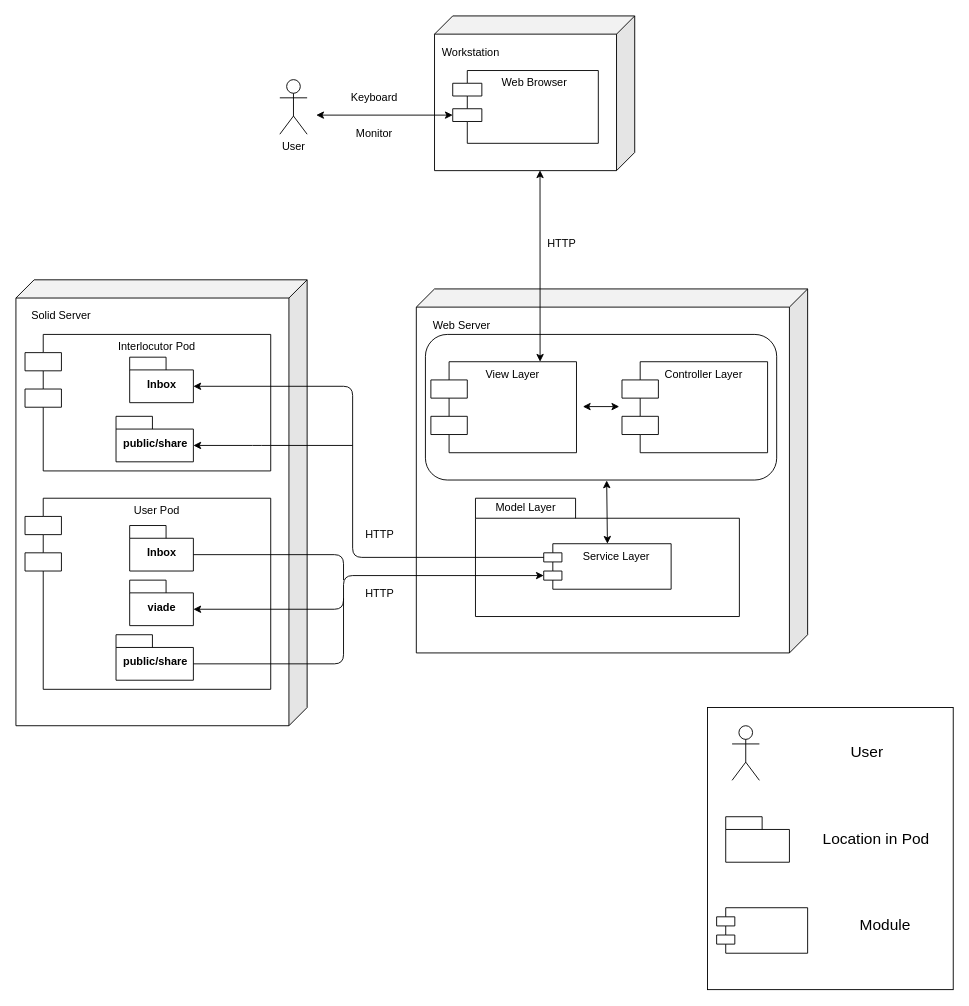
The draw.io diagram src/docs/resources/doc07_deployView_08-04.drawio in Arquisoft/viade_es1c, before the edit. Source tidied: cells renumbered, new cells numbered last; positions are measured from the earlier drawing's top-left corner, leaving out a move shared by most shapes. Both pictures are drawn from the tidied source at 91%, with x=0, y=0 at pixel (15, 15).
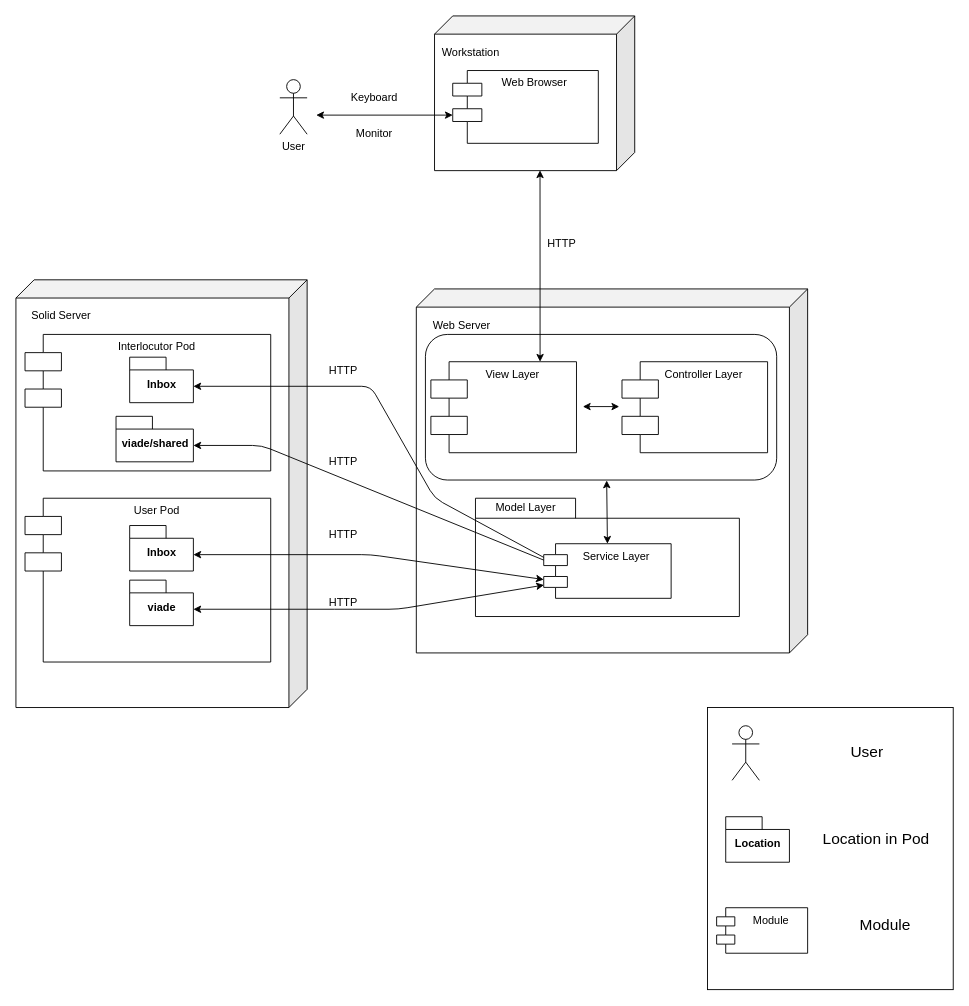
The same page after the edit.

Commit message (it also covers changes not shown here):
Updating deploy view

The change refers to these unchanged cells:
```xml
<mxCell id="5" value="Inbox" style="shape=folder;fontStyle=1;spacingTop=10;tabWidth=40;tabHeight=14;tabPosition=left;html=1;" parent="1" vertex="1">
  <mxGeometry x="125" y="375" width="70" height="50" as="geometry" />
</mxCell>
<mxCell id="7" value="Inbox" style="shape=folder;fontStyle=1;spacingTop=10;tabWidth=40;tabHeight=14;tabPosition=left;html=1;" parent="1" vertex="1">
  <mxGeometry x="125" y="560" width="70" height="50" as="geometry" />
</mxCell>
<mxCell id="8" value="viade" style="shape=folder;fontStyle=1;spacingTop=10;tabWidth=40;tabHeight=14;tabPosition=left;html=1;" parent="1" vertex="1">
  <mxGeometry x="125" y="620" width="70" height="50" as="geometry" />
</mxCell>
```

Change to the diagram source:
```diff
@@
     <mxCell id="2" style="shape=cube;whiteSpace=wrap;html=1;boundedLbl=1;backgroundOutline=1;darkOpacity=0.05;darkOpacity2=0.1;flipV=0;flipH=1;" parent="1" vertex="1">
-      <mxGeometry y="290" width="320" height="490" as="geometry" />
+      <mxGeometry y="290" width="320" height="470" as="geometry" />
     </mxCell>
@@
     <mxCell id="6" value="User Pod" style="shape=module;align=left;spacingLeft=20;align=center;verticalAlign=top;jettyWidth=40;jettyHeight=20;" parent="1" vertex="1">
-      <mxGeometry x="10" y="530" width="270" height="210" as="geometry" />
+      <mxGeometry x="10" y="530" width="270" height="180" as="geometry" />
     </mxCell>
@@
-    <mxCell id="13" value="Service Layer" style="shape=module;align=left;spacingLeft=20;align=center;verticalAlign=top;" parent="1" vertex="1">
-      <mxGeometry x="580" y="580" width="140" height="50" as="geometry" />
+    <mxCell id="13" value="Service Layer" style="shape=module;align=left;spacingLeft=20;align=center;verticalAlign=top;jettyWidth=26;jettyHeight=12;" parent="1" vertex="1">
+      <mxGeometry x="580" y="580" width="140" height="60" as="geometry" />
     </mxCell>
     <mxCell id="14" style="endArrow=classic;html=1;exitX=0;exitY=0;exitDx=0;exitDy=15;exitPerimeter=0;entryX=0;entryY=0;entryDx=70;entryDy=32;entryPerimeter=0;" parent="1" edge="1" source="13" target="5">
       <mxGeometry relative="1" as="geometry">
         <Array as="points">
-          <mxPoint x="370" y="595" />
-          <mxPoint x="370" y="407" />
+          <mxPoint x="460" y="530" />
+          <mxPoint x="390" y="407" />
         </Array>
       </mxGeometry>
     </mxCell>
-    <mxCell id="15" value="public/share" style="shape=folder;fontStyle=1;spacingTop=10;tabWidth=40;tabHeight=14;tabPosition=left;html=1;" parent="1" vertex="1">
+    <mxCell id="15" value="viade/shared" style="shape=folder;fontStyle=1;spacingTop=10;tabWidth=40;tabHeight=14;tabPosition=left;html=1;" parent="1" vertex="1">
       <mxGeometry x="110" y="440" width="85" height="50" as="geometry" />
     </mxCell>
-    <mxCell id="16" style="endArrow=classic;html=1;entryX=0;entryY=0;entryDx=85;entryDy=32;entryPerimeter=0;" parent="1" edge="1" target="15">
+    <mxCell id="16" style="endArrow=classic;html=1;entryX=0;entryY=0;entryDx=85;entryDy=32;entryPerimeter=0;exitX=0;exitY=0;exitDx=0;exitDy=18;exitPerimeter=0;" parent="1" edge="1" source="13" target="15">
       <mxGeometry relative="1" as="geometry">
-        <mxPoint x="370" y="472" as="sourcePoint" />
         <Array as="points">
           <mxPoint x="270" y="472" />
         </Array>
       </mxGeometry>
     </mxCell>
-    <mxCell id="17" value="public/share" style="shape=folder;fontStyle=1;spacingTop=10;tabWidth=40;tabHeight=14;tabPosition=left;html=1;" parent="1" vertex="1">
-      <mxGeometry x="110" y="680" width="85" height="50" as="geometry" />
-    </mxCell>
-    <mxCell id="18" style="endArrow=classic;startArrow=classic;html=1;entryX=0;entryY=0;entryDx=0;entryDy=35;entryPerimeter=0;exitX=0;exitY=0;exitDx=70;exitDy=32;exitPerimeter=0;" parent="1" edge="1" source="8" target="13">
+    <mxCell id="18" style="endArrow=classic;startArrow=classic;html=1;entryX=0.002;entryY=0.757;entryDx=0;entryDy=0;entryPerimeter=0;exitX=0;exitY=0;exitDx=70;exitDy=32;exitPerimeter=0;" parent="1" edge="1" source="8" target="13">
       <mxGeometry relative="1" as="geometry">
         <Array as="points">
           <mxPoint x="360" y="652" />
-          <mxPoint x="360" y="615" />
+          <mxPoint x="420" y="652" />
         </Array>
       </mxGeometry>
     </mxCell>
-    <mxCell id="19" style="endArrow=none;html=1;exitX=0;exitY=0;exitDx=70;exitDy=32;exitPerimeter=0;" parent="1" edge="1" source="7">
-      <mxGeometry relative="1" as="geometry">
-        <mxPoint x="360" y="620" as="targetPoint" />
-        <Array as="points">
-          <mxPoint x="360" y="592" />
-        </Array>
-      </mxGeometry>
-    </mxCell>
-    <mxCell id="20" style="endArrow=none;html=1;exitX=0;exitY=0;exitDx=85;exitDy=32;exitPerimeter=0;" parent="1" edge="1" source="17">
-      <mxGeometry relative="1" as="geometry">
-        <mxPoint x="360" y="640" as="targetPoint" />
-        <Array as="points">
-          <mxPoint x="360" y="712" />
-        </Array>
-      </mxGeometry>
-    </mxCell>
     <mxCell id="21" value="HTTP" style="text;html=1;strokeColor=none;fillColor=none;align=center;verticalAlign=middle;whiteSpace=wrap;rounded=0;" parent="1" vertex="1">
-      <mxGeometry x="380" y="560" width="40" height="20" as="geometry" />
+      <mxGeometry x="340" y="380" width="40" height="20" as="geometry" />
     </mxCell>
     <mxCell id="22" value="HTTP" style="text;html=1;strokeColor=none;fillColor=none;align=center;verticalAlign=middle;whiteSpace=wrap;rounded=0;" parent="1" vertex="1">
-      <mxGeometry x="380" y="625" width="40" height="20" as="geometry" />
+      <mxGeometry x="340" y="635" width="40" height="20" as="geometry" />
     </mxCell>
@@
-    <mxCell id="40" style="shape=folder;fontStyle=1;spacingTop=10;tabWidth=40;tabHeight=14;tabPosition=left;html=1;" parent="1" vertex="1">
+    <mxCell id="40" value="Location" style="shape=folder;fontStyle=1;spacingTop=10;tabWidth=40;tabHeight=14;tabPosition=left;html=1;" parent="1" vertex="1">
       <mxGeometry x="780" y="880" width="70" height="50" as="geometry" />
     </mxCell>
@@
-    <mxCell id="42" style="shape=module;align=left;spacingLeft=20;align=center;verticalAlign=top;" parent="1" vertex="1">
+    <mxCell id="42" value="Module" style="shape=module;align=left;spacingLeft=20;align=center;verticalAlign=top;" parent="1" vertex="1">
       <mxGeometry x="770" y="980" width="100" height="50" as="geometry" />
     </mxCell>
@@
+    <mxCell id="44" value="HTTP" style="text;html=1;strokeColor=none;fillColor=none;align=center;verticalAlign=middle;whiteSpace=wrap;rounded=0;" parent="1" vertex="1">
+      <mxGeometry x="340" y="480" width="40" height="20" as="geometry" />
+    </mxCell>
+    <mxCell id="45" style="endArrow=classic;startArrow=classic;html=1;entryX=0;entryY=0.656;entryDx=0;entryDy=0;entryPerimeter=0;exitX=0;exitY=0;exitDx=70;exitDy=32;exitPerimeter=0;" parent="1" edge="1" source="7" target="13">
+      <mxGeometry relative="1" as="geometry">
+        <Array as="points">
+          <mxPoint x="390" y="592" />
+        </Array>
+      </mxGeometry>
+    </mxCell>
+    <mxCell id="46" value="HTTP" style="text;html=1;strokeColor=none;fillColor=none;align=center;verticalAlign=middle;whiteSpace=wrap;rounded=0;" parent="1" vertex="1">
+      <mxGeometry x="340" y="560" width="40" height="20" as="geometry" />
+    </mxCell>
```
